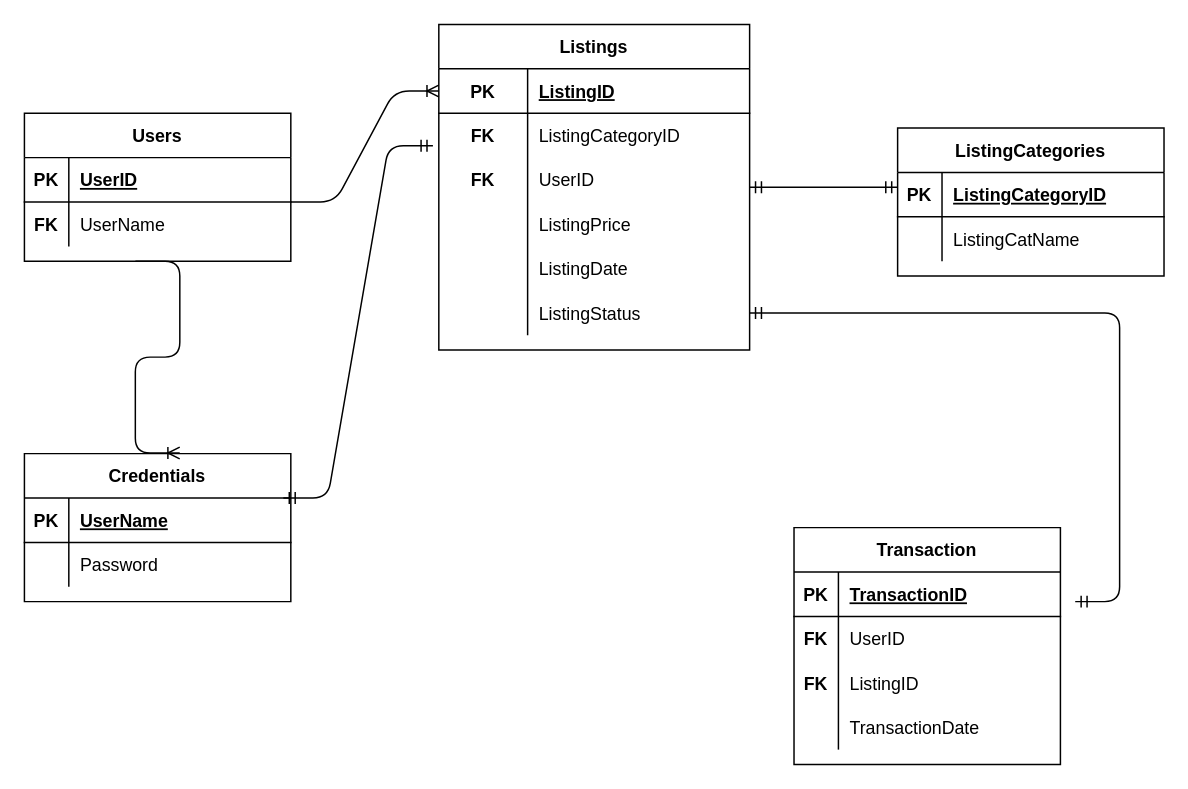
Earlier version of the draw.io diagram Untitled Diagram.drawio (sflaherty50/Spring-Boot-Final). Source tidied: cells renumbered, new cells numbered last; positions are measured from the earlier drawing's top-left corner, leaving out a move shared by most shapes. Both pictures are drawn from the tidied source at 148%, with x=0, y=0 at pixel (24, 24).
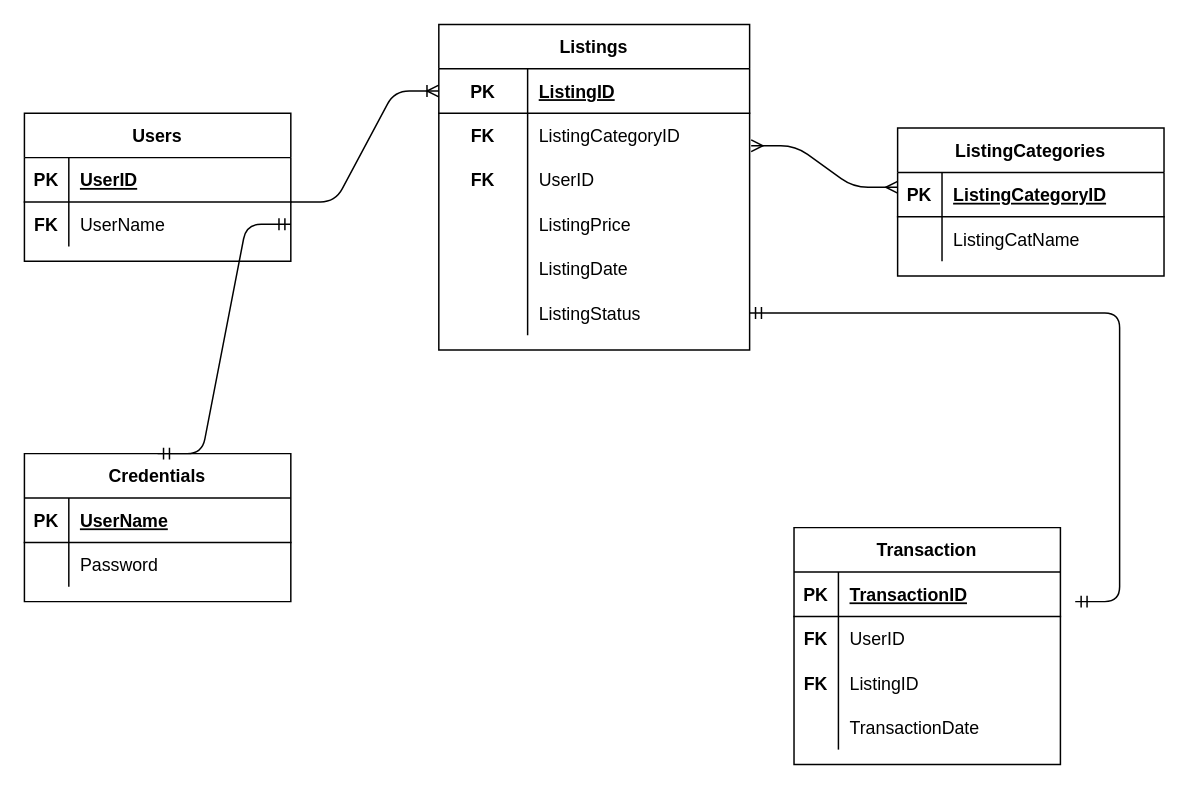
After the change.

Unchanged cells that the change refers to:
```xml
<mxCell id="2" value="Listings" style="shape=table;startSize=30;childLayout=tableLayout;rowLines=0;fontStyle=1;align=center;" parent="1" vertex="1">
  <mxGeometry x="280" width="210" height="220" as="geometry" />
</mxCell>
<mxCell id="6" style="shape=partialRectangle;fillColor=none;top=0;left=0;bottom=0;right=0;points=[[0,0.5],[1,0.5]];portConstraint=eastwest;" parent="2" vertex="1">
  <mxGeometry y="60" width="210" height="30" as="geometry" />
</mxCell>
<mxCell id="25" style="shape=partialRectangle;fillColor=none;top=0;left=0;bottom=0;right=0;points=[[0,0.5],[1,0.5]];portConstraint=eastwest;" parent="21" vertex="1">
  <mxGeometry y="60" width="180" height="30" as="geometry" />
</mxCell>
<mxCell id="35" value="Credentials" style="shape=table;startSize=30;childLayout=tableLayout;rowLines=0;fontStyle=1;align=center;" parent="1" vertex="1">
  <mxGeometry y="290" width="180" height="100" as="geometry" />
</mxCell>
<mxCell id="36" style="shape=partialRectangle;fillColor=none;top=0;left=0;bottom=1;right=0;points=[[0,0.5],[1,0.5]];portConstraint=eastwest;" parent="35" vertex="1">
  <mxGeometry y="30" width="180" height="30" as="geometry" />
</mxCell>
```

What changed in the source:
```diff
@@
-    <mxCell id="57" style="edgeStyle=entityRelationEdgeStyle;fontSize=12;html=1;endArrow=ERmandOne;startArrow=ERmandOne;exitX=1;exitY=0.5;exitDx=0;exitDy=0;" parent="1" edge="1" source="2">
-      <mxGeometry relative="1" as="geometry">
-        <mxPoint x="590" y="110" as="targetPoint" />
-      </mxGeometry>
-    </mxCell>
-    <mxCell id="58" style="edgeStyle=entityRelationEdgeStyle;fontSize=12;html=1;endArrow=ERmandOne;startArrow=ERmandOne;exitX=0.972;exitY=0;exitDx=0;exitDy=0;exitPerimeter=0;entryX=-0.019;entryY=0.733;entryDx=0;entryDy=0;entryPerimeter=0;" parent="1" edge="1" source="36" target="6">
+    <mxCell id="58" style="edgeStyle=entityRelationEdgeStyle;fontSize=12;html=1;endArrow=ERmandOne;startArrow=ERmandOne;exitX=0.5;exitY=0;exitDx=0;exitDy=0;entryX=1;entryY=0.5;entryDx=0;entryDy=0;" parent="1" edge="1" source="35" target="25">
       <mxGeometry relative="1" as="geometry" />
     </mxCell>
-    <mxCell id="59" style="edgeStyle=entityRelationEdgeStyle;fontSize=12;html=1;endArrow=ERoneToMany;entryX=0.583;entryY=-0.004;entryDx=0;entryDy=0;entryPerimeter=0;" parent="1" edge="1" target="35">
-      <mxGeometry relative="1" as="geometry">
-        <mxPoint x="75" y="160" as="sourcePoint" />
-      </mxGeometry>
-    </mxCell>
+    <mxCell id="60" style="edgeStyle=entityRelationEdgeStyle;fontSize=12;html=1;endArrow=ERmany;startArrow=ERmany;exitX=1.005;exitY=0.733;exitDx=0;exitDy=0;exitPerimeter=0;" parent="1" edge="1" source="6">
+      <mxGeometry relative="1" as="geometry">
+        <mxPoint x="590" y="110" as="targetPoint" />
+      </mxGeometry>
+    </mxCell>
```
